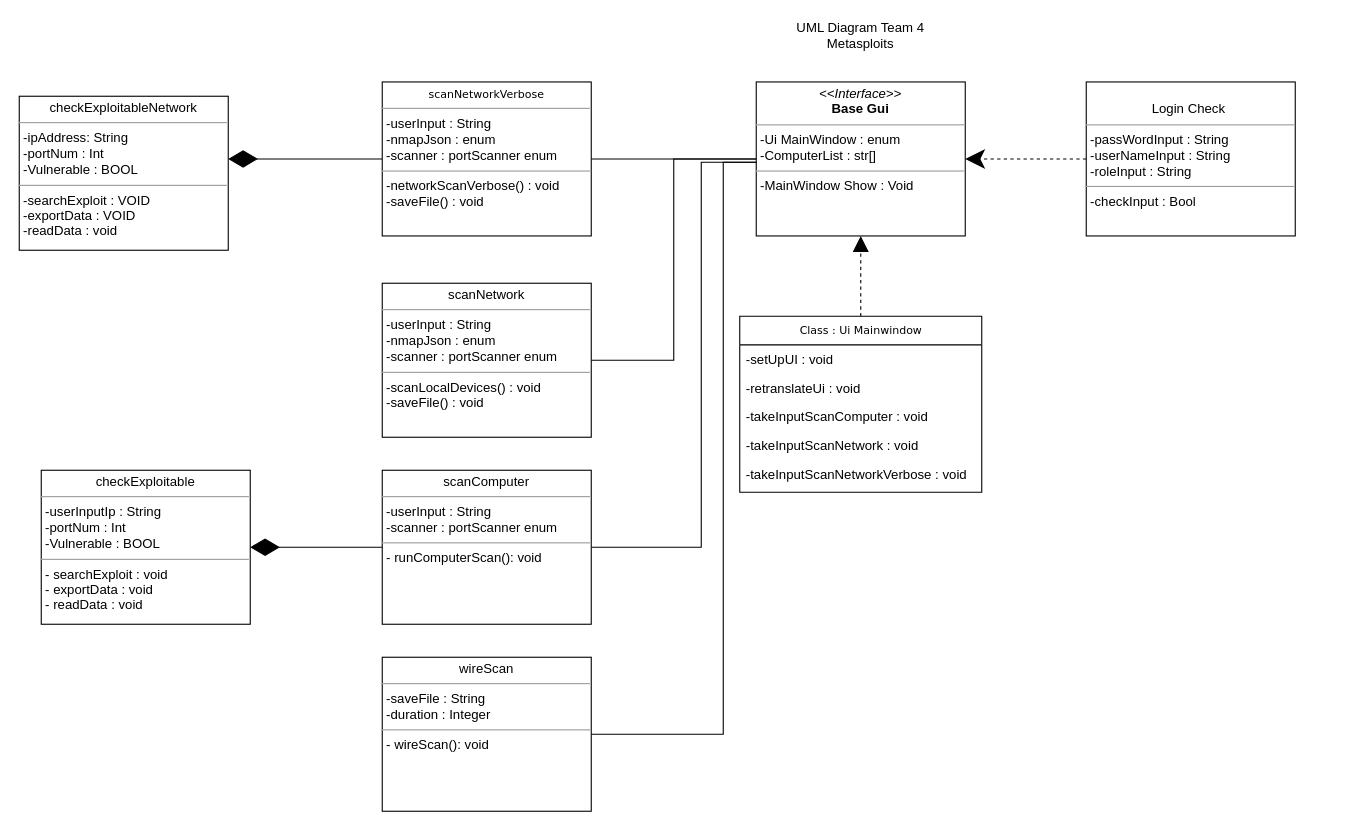
Before: UMLDiagram.drawio in illusion173/NetBox, a draw.io diagram. Source tidied: cells renumbered, new cells numbered last; positions are measured from the earlier drawing's top-left corner, leaving out a move shared by most shapes. Both pictures are drawn from the tidied source at 110%, with x=0, y=0 at pixel (19, 19).
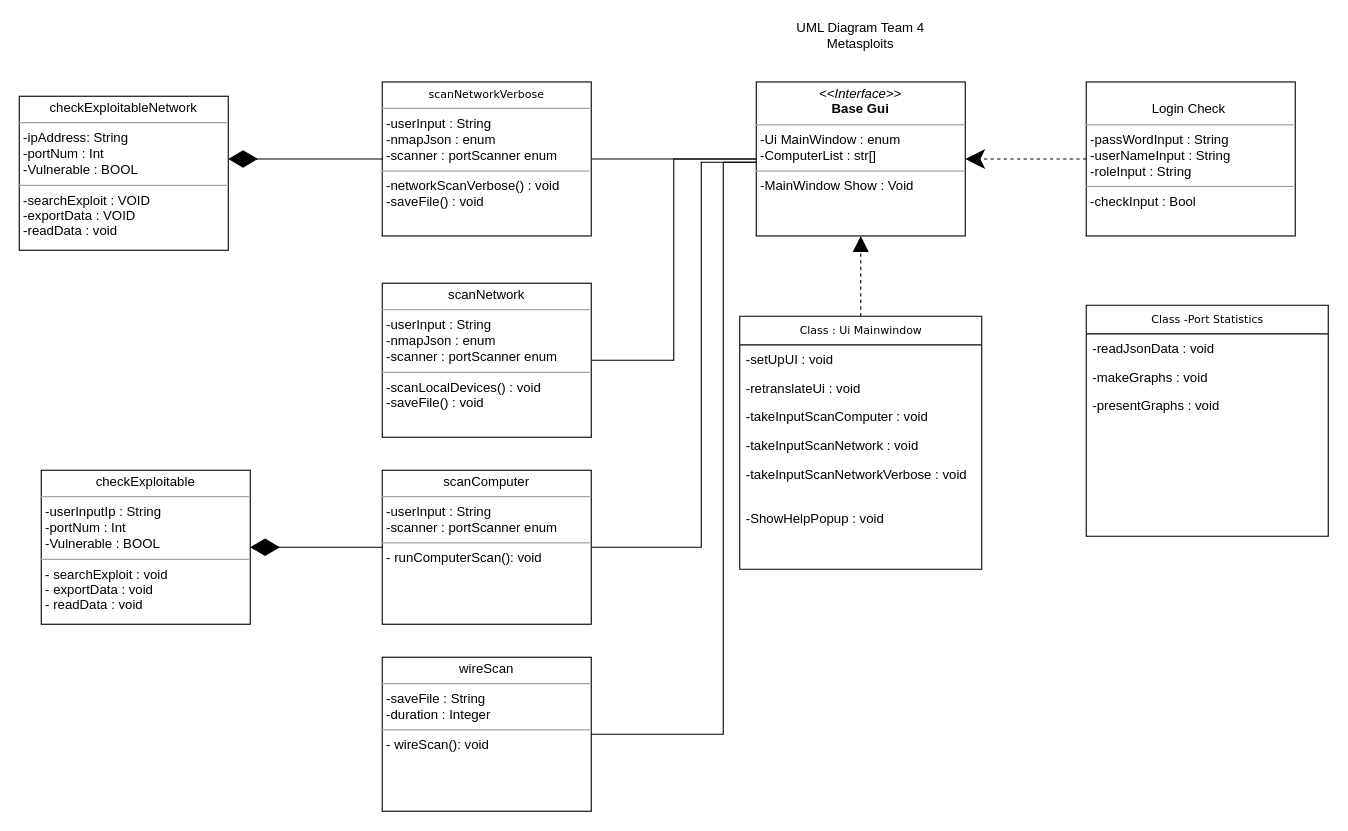
The same diagram, later.

What changed in the source:
```diff
@@
     <mxCell id="3" value="Class : Ui Mainwindow" style="swimlane;html=1;fontStyle=0;horizontal=1;startSize=26;fillColor=none;swimlaneFillColor=#ffffff;rounded=0;shadow=0;comic=0;labelBackgroundColor=none;strokeWidth=1;fontFamily=Verdana;fontSize=10;align=center;" parent="1" vertex="1">
-      <mxGeometry x="655" y="270" width="220" height="160" as="geometry" />
+      <mxGeometry x="655" y="270" width="220" height="230" as="geometry" />
     </mxCell>
@@
     <mxCell id="8" value="-takeInputScanNetworkVerbose : void" style="text;html=1;strokeColor=none;fillColor=none;align=left;verticalAlign=top;spacingLeft=4;spacingRight=4;whiteSpace=wrap;overflow=hidden;" parent="3" vertex="1">
-      <mxGeometry y="130" width="220" height="26" as="geometry" />
+      <mxGeometry y="130" width="220" height="40" as="geometry" />
     </mxCell>
+    <mxCell id="25" value="-ShowHelpPopup : void" style="text;html=1;strokeColor=none;fillColor=none;align=left;verticalAlign=top;spacingLeft=4;spacingRight=4;whiteSpace=wrap;overflow=hidden;" parent="3" vertex="1">
+      <mxGeometry y="170" width="220" height="26" as="geometry" />
+    </mxCell>
@@
+    <mxCell id="26" value="Class -Port Statistics" style="swimlane;html=1;fontStyle=0;horizontal=1;startSize=26;fillColor=none;swimlaneFillColor=#ffffff;rounded=0;shadow=0;comic=0;labelBackgroundColor=none;strokeWidth=1;fontFamily=Verdana;fontSize=10;align=center;" parent="1" vertex="1">
+      <mxGeometry x="970" y="260" width="220" height="210" as="geometry" />
+    </mxCell>
+    <mxCell id="27" value="&lt;div&gt;-readJsonData : void&lt;br&gt;&lt;/div&gt;" style="text;html=1;strokeColor=none;fillColor=none;align=left;verticalAlign=top;spacingLeft=4;spacingRight=4;whiteSpace=wrap;overflow=hidden;" parent="26" vertex="1">
+      <mxGeometry y="26" width="220" height="26" as="geometry" />
+    </mxCell>
+    <mxCell id="28" value="&lt;div&gt;-makeGraphs : void&lt;/div&gt;" style="text;html=1;strokeColor=none;fillColor=none;align=left;verticalAlign=top;spacingLeft=4;spacingRight=4;whiteSpace=wrap;overflow=hidden;" parent="26" vertex="1">
+      <mxGeometry y="52" width="220" height="26" as="geometry" />
+    </mxCell>
+    <mxCell id="29" value="&lt;div&gt;-presentGraphs : void&lt;/div&gt;" style="text;html=1;strokeColor=none;fillColor=none;align=left;verticalAlign=top;spacingLeft=4;spacingRight=4;whiteSpace=wrap;overflow=hidden;" parent="26" vertex="1">
+      <mxGeometry y="78" width="220" height="26" as="geometry" />
+    </mxCell>
```
